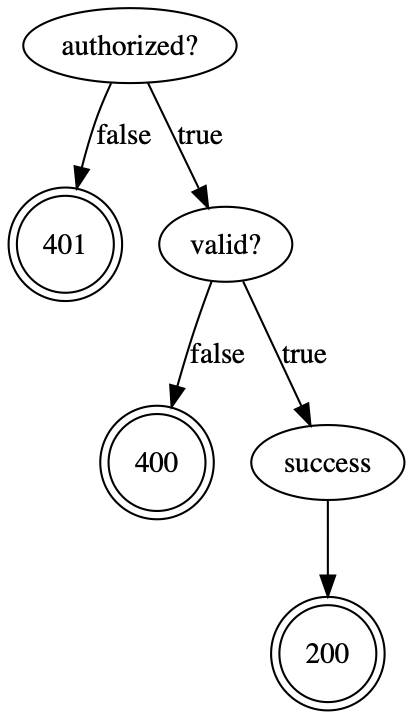
Above: docs/modules/routes-and-handlers/images/decision-graph.png in sweet-tooth-clojure/endpoint (Graphviz), before the change. Its source is kept beside it as docs/modules/routes-and-handlers/images/decision-graph.gv. Its diagram source:
```dot
digraph liberator_decisions {
    rankdir=TB;
    dpi=150;
    node [shape = doublecircle]; 401 400 200;
    node [shape = oval];
    "authorized?" -> 401 [ label = "false" ];
    "authorized?" -> "valid?" [ label = "true" ];
    "valid?" -> 400 [ label = "false" ];
    "valid?" -> success [ label = "true" ];
    success -> 200;
}
```
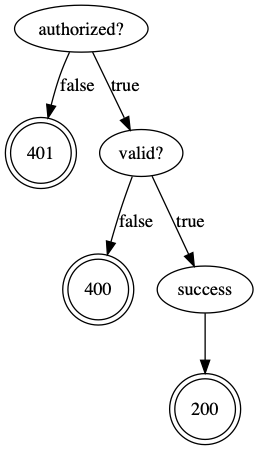
After the commit.

The edit, as a diff of the source:
```diff
@@ -1,6 +1,7 @@
 digraph liberator_decisions {
     rankdir=TB;
     dpi=150;
+    size="3,3";
     node [shape = doublecircle]; 401 400 200;
     node [shape = oval];
     "authorized?" -> 401 [ label = "false" ];
```
